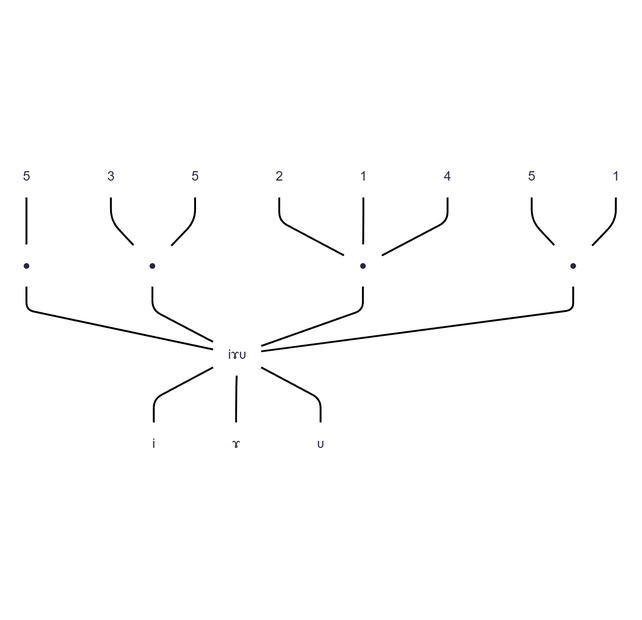
Before: YIME_Theory/flowchart/与质素相联结的调素_4.png, a diagram exported from Mermaid (tsaanghwang/Yime-prototype). Its source is kept beside it as YIME_Theory/flowchart/与质素相联结的调素_4.mmd. Source of this version:
```mermaid
graph BT
I[i] --- IOU(iɤᴜ)
O[ɤ] --- IOU(iɤᴜ)
U[ᴜ] --- IOU(iɤᴜ)

IOU ---  B(●)
B ---  B1[5]

IOU ---  C(●)
C ---  C1[3]
C ---  C2[5]

IOU ---  D(●)
D ---  D1[2]
D --- D2[1]
D --- D3[4]

IOU ---  E(●)
E ---  E1[5]
E --- E2[1]

classDef plain fill:none,stroke:none;
class I,O,U,IOU,B,C,D,E,B1,C1,C2,D1,D2,D3,E1,E2,Title plain;
```
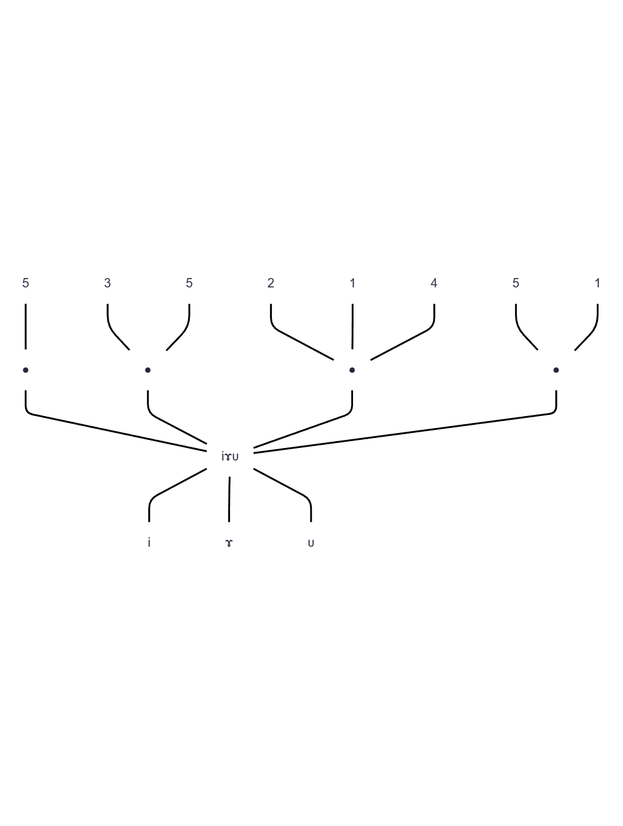
The same file after the commit.

What changed in the source:
```diff
@@ -19,5 +19,5 @@
 E ---  E1[5]
 E --- E2[1]
 
-classDef plain fill:none,stroke:none;
+classDef plain fill:none,stroke:none:font-size:64px;
 class I,O,U,IOU,B,C,D,E,B1,C1,C2,D1,D2,D3,E1,E2,Title plain;
```
